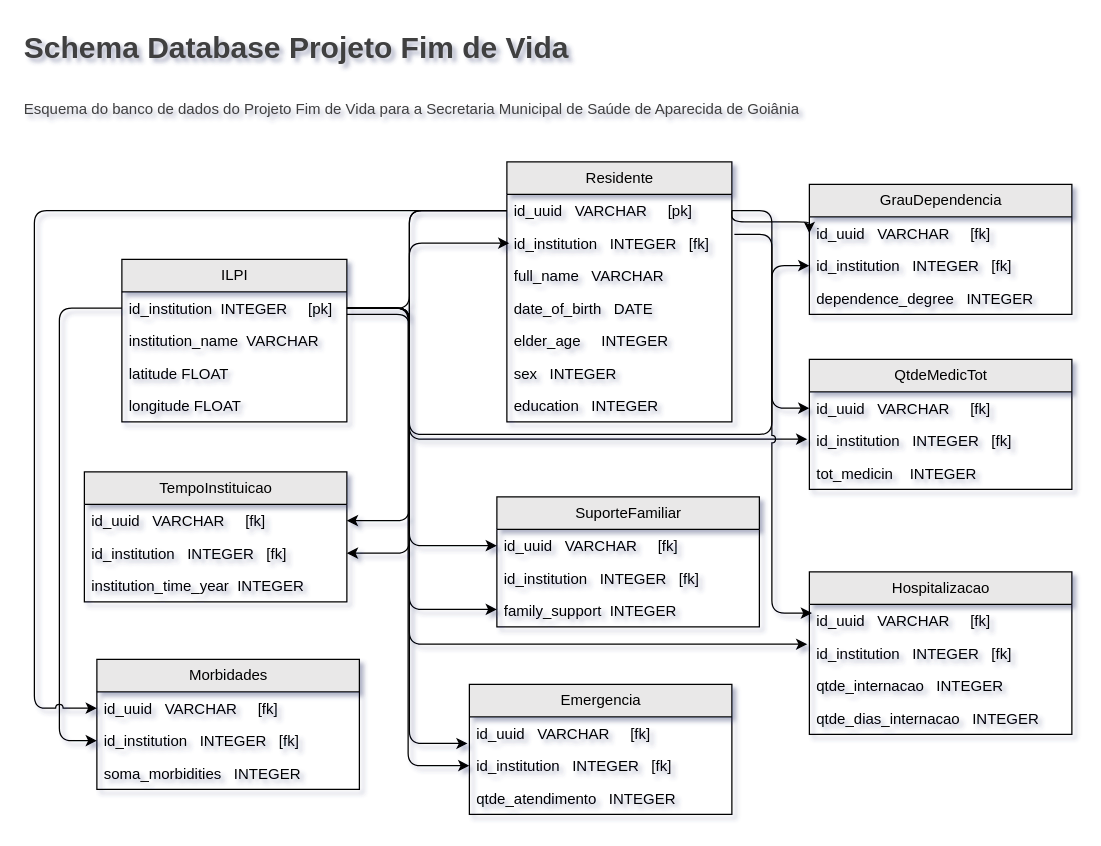
Earlier version of the draw.io diagram schema.drawio (MJRSBR/ILPI). Source tidied: cells renumbered, new cells numbered last; positions are measured from the earlier drawing's top-left corner, leaving out a move shared by most shapes. Both pictures are drawn from the tidied source at 125%, with x=0, y=0 at pixel (21, 21).
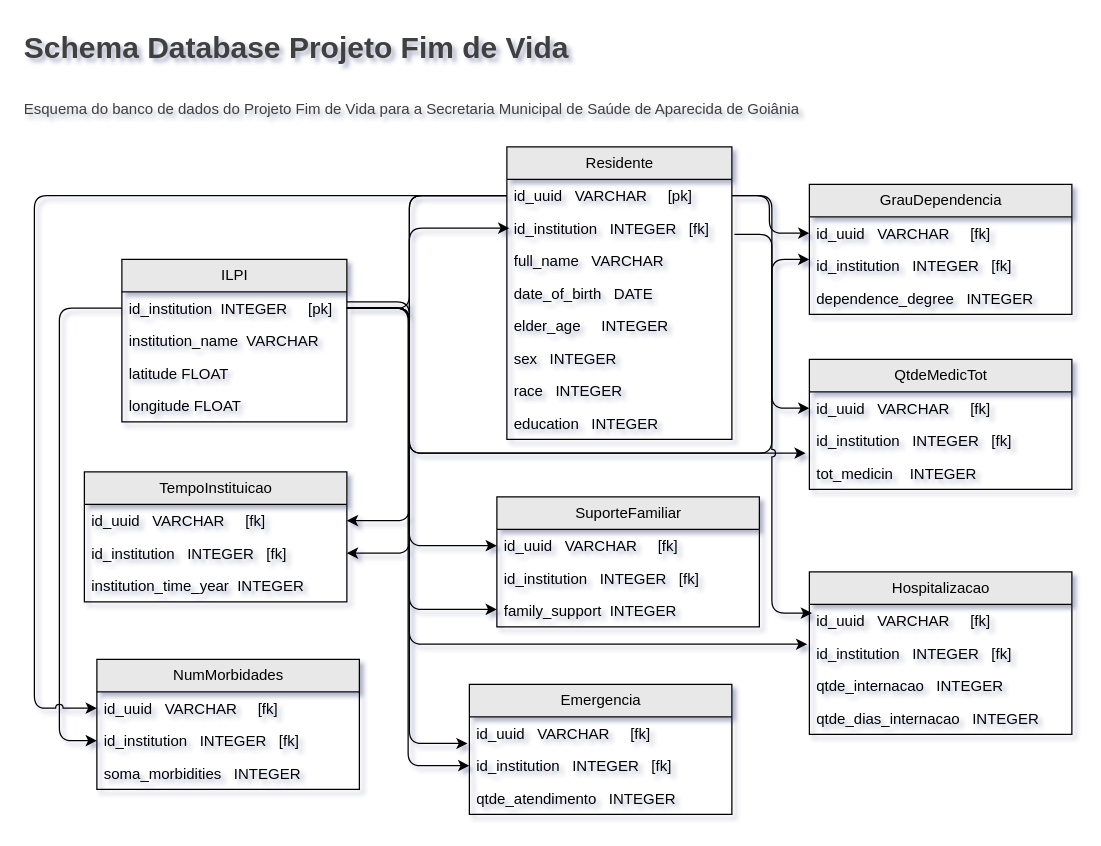
The same page after the edit.

The change refers to these unchanged cells:
```xml
<mxCell id="4" value="id_institution&amp;nbsp; INTEGER&amp;nbsp; &amp;nbsp; &amp;nbsp;[pk]" style="text;strokeColor=none;fillColor=none;align=left;verticalAlign=top;spacingLeft=4;spacingRight=4;overflow=hidden;points=[[0,0.5],[1,0.5]];portConstraint=eastwest;whiteSpace=wrap;html=1;" parent="3" vertex="1">
  <mxGeometry y="26" width="180" height="26" as="geometry" />
</mxCell>
<mxCell id="9" value="id_uuid&amp;nbsp; &amp;nbsp;VARCHAR&amp;nbsp; &amp;nbsp; &amp;nbsp;[pk]" style="text;strokeColor=none;fillColor=none;align=left;verticalAlign=top;spacingLeft=4;spacingRight=4;overflow=hidden;points=[[0,0.5],[1,0.5]];portConstraint=eastwest;whiteSpace=wrap;html=1;fontFamily=Helvetica;fontSize=12;fontColor=default;fontStyle=0;" parent="8" vertex="1">
  <mxGeometry y="26" width="180" height="26" as="geometry" />
</mxCell>
<mxCell id="27" value="id_uuid&amp;nbsp; &amp;nbsp;VARCHAR&amp;nbsp; &amp;nbsp; &amp;nbsp;[fk]" style="text;strokeColor=none;fillColor=none;align=left;verticalAlign=top;spacingLeft=4;spacingRight=4;overflow=hidden;points=[[0,0.5],[1,0.5]];portConstraint=eastwest;whiteSpace=wrap;html=1;fontFamily=Helvetica;fontSize=12;fontColor=default;fontStyle=0;" parent="26" vertex="1">
  <mxGeometry y="26" width="210" height="26" as="geometry" />
</mxCell>
<mxCell id="28" value="id_institution&amp;nbsp; &amp;nbsp;INTEGER&amp;nbsp; &amp;nbsp;[fk]" style="text;strokeColor=none;fillColor=none;align=left;verticalAlign=top;spacingLeft=4;spacingRight=4;overflow=hidden;points=[[0,0.5],[1,0.5]];portConstraint=eastwest;whiteSpace=wrap;html=1;fontFamily=Helvetica;fontSize=12;fontColor=default;fontStyle=0;" parent="26" vertex="1">
  <mxGeometry y="52" width="210" height="26" as="geometry" />
</mxCell>
<mxCell id="33" value="id_institution&amp;nbsp; &amp;nbsp;INTEGER&amp;nbsp; &amp;nbsp;[fk]" style="text;strokeColor=none;fillColor=none;align=left;verticalAlign=top;spacingLeft=4;spacingRight=4;overflow=hidden;points=[[0,0.5],[1,0.5]];portConstraint=eastwest;whiteSpace=wrap;html=1;fontFamily=Helvetica;fontSize=12;fontColor=default;fontStyle=0;" parent="31" vertex="1">
  <mxGeometry y="52" width="210" height="26" as="geometry" />
</mxCell>
```

The edit, as a diff of the source:
```diff
@@
     <mxCell id="8" value="Residente" style="swimlane;fontStyle=0;horizontal=1;startSize=26;fillColor=light-dark(#e9e8e8, #ededed);html=1;strokeColor=default;align=center;verticalAlign=middle;fontFamily=Helvetica;fontSize=12;fontColor=default;gradientColor=none;" parent="1" vertex="1">
-      <mxGeometry x="388" y="112" width="180" height="208" as="geometry" />
+      <mxGeometry x="388" y="100" width="180" height="234" as="geometry" />
     </mxCell>
@@
+    <mxCell id="60" value="race&amp;nbsp; &amp;nbsp;INTEGER" style="text;strokeColor=none;fillColor=none;align=left;verticalAlign=top;spacingLeft=4;spacingRight=4;overflow=hidden;whiteSpace=wrap;html=1;fontFamily=Helvetica;fontSize=12;fontColor=default;fontStyle=0;" parent="8" vertex="1">
+      <mxGeometry y="182" width="180" height="26" as="geometry" />
+    </mxCell>
     <mxCell id="15" value="education&amp;nbsp; &amp;nbsp;INTEGER" style="text;strokeColor=none;fillColor=none;align=left;verticalAlign=top;spacingLeft=4;spacingRight=4;overflow=hidden;whiteSpace=wrap;html=1;fontFamily=Helvetica;fontSize=12;fontColor=default;fontStyle=0;" parent="8" vertex="1">
-      <mxGeometry y="182" width="180" height="26" as="geometry" />
+      <mxGeometry y="208" width="180" height="26" as="geometry" />
     </mxCell>
@@
-    <mxCell id="30" style="edgeStyle=orthogonalEdgeStyle;html=1;exitX=1;exitY=0.5;exitDx=0;exitDy=0;jumpStyle=arc;entryX=0;entryY=0.5;entryDx=0;entryDy=0;" parent="1" edge="1" source="4" target="28">
+    <mxCell id="30" style="edgeStyle=orthogonalEdgeStyle;html=1;exitX=1;exitY=0.5;exitDx=0;exitDy=0;jumpStyle=arc;entryX=0;entryY=0.5;entryDx=0;entryDy=0;" parent="1" edge="1">
       <mxGeometry relative="1" as="geometry">
+        <mxPoint x="260" y="224" as="sourcePoint" />
+        <mxPoint x="630" y="190" as="targetPoint" />
         <Array as="points">
-          <mxPoint x="310" y="229" />
-          <mxPoint x="310" y="330" />
-          <mxPoint x="600" y="330" />
-          <mxPoint x="600" y="195" />
+          <mxPoint x="310" y="224" />
+          <mxPoint x="310" y="345" />
+          <mxPoint x="600" y="345" />
+          <mxPoint x="600" y="190" />
         </Array>
       </mxGeometry>
     </mxCell>
@@
-    <mxCell id="35" style="edgeStyle=elbowEdgeStyle;html=1;exitX=1;exitY=0.5;exitDx=0;exitDy=0;jumpStyle=arc;entryX=-0.008;entryY=0.224;entryDx=0;entryDy=0;entryPerimeter=0;" parent="1" edge="1">
+    <mxCell id="35" style="edgeStyle=elbowEdgeStyle;html=1;exitX=1;exitY=0.5;exitDx=0;exitDy=0;jumpStyle=arc;entryX=-0.014;entryY=0.885;entryDx=0;entryDy=0;entryPerimeter=0;" parent="1" edge="1" source="4" target="33">
       <mxGeometry relative="1" as="geometry">
-        <mxPoint x="260" y="234" as="sourcePoint" />
-        <mxPoint x="628.3" y="333.8" as="targetPoint" />
         <Array as="points">
-          <mxPoint x="310" y="286" />
+          <mxPoint x="310" y="302" />
         </Array>
       </mxGeometry>
     </mxCell>
@@
-    <mxCell id="40" value="Morbidades" style="swimlane;fontStyle=0;horizontal=1;startSize=26;fillColor=light-dark(#e9e8e8, #ededed);html=1;strokeColor=default;align=center;verticalAlign=middle;fontFamily=Helvetica;fontSize=12;fontColor=default;gradientColor=none;" parent="1" vertex="1">
+    <mxCell id="40" value="NumMorbidades" style="swimlane;fontStyle=0;horizontal=1;startSize=26;fillColor=light-dark(#e9e8e8, #ededed);html=1;strokeColor=default;align=center;verticalAlign=middle;fontFamily=Helvetica;fontSize=12;fontColor=default;gradientColor=none;" parent="1" vertex="1">
       <mxGeometry x="60" y="510" width="210" height="104" as="geometry" />
     </mxCell>
@@
-    <mxCell id="59" style="edgeStyle=elbowEdgeStyle;html=1;entryX=0;entryY=0.5;entryDx=0;entryDy=0;elbow=vertical;exitX=1;exitY=0.5;exitDx=0;exitDy=0;" parent="1" edge="1" source="9" target="27">
-      <mxGeometry relative="1" as="geometry" />
+    <mxCell id="59" style="edgeStyle=elbowEdgeStyle;html=1;exitX=1;exitY=0.5;exitDx=0;exitDy=0;entryX=0;entryY=0.5;entryDx=0;entryDy=0;" parent="1" edge="1" source="9" target="27">
+      <mxGeometry relative="1" as="geometry">
+        <Array as="points">
+          <mxPoint x="598" y="160" />
+        </Array>
+      </mxGeometry>
     </mxCell>
```
